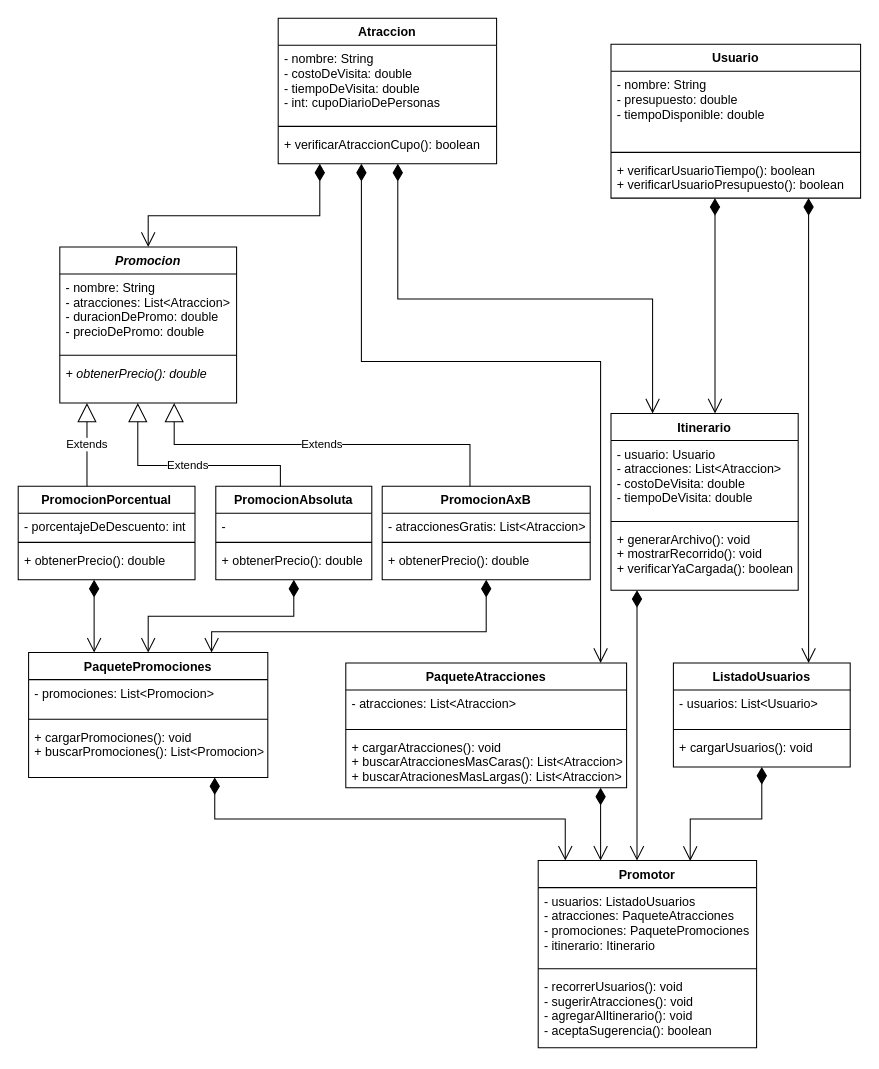
Before: UML/TierraMedia.drawio in telejam/Turismo-en-la-Tierra-Media-1, a draw.io diagram. Source tidied: cells renumbered, new cells numbered last; positions are measured from the earlier drawing's top-left corner, leaving out a move shared by most shapes. Both pictures are drawn from the tidied source at 104%, with x=0, y=0 at pixel (18, 18).
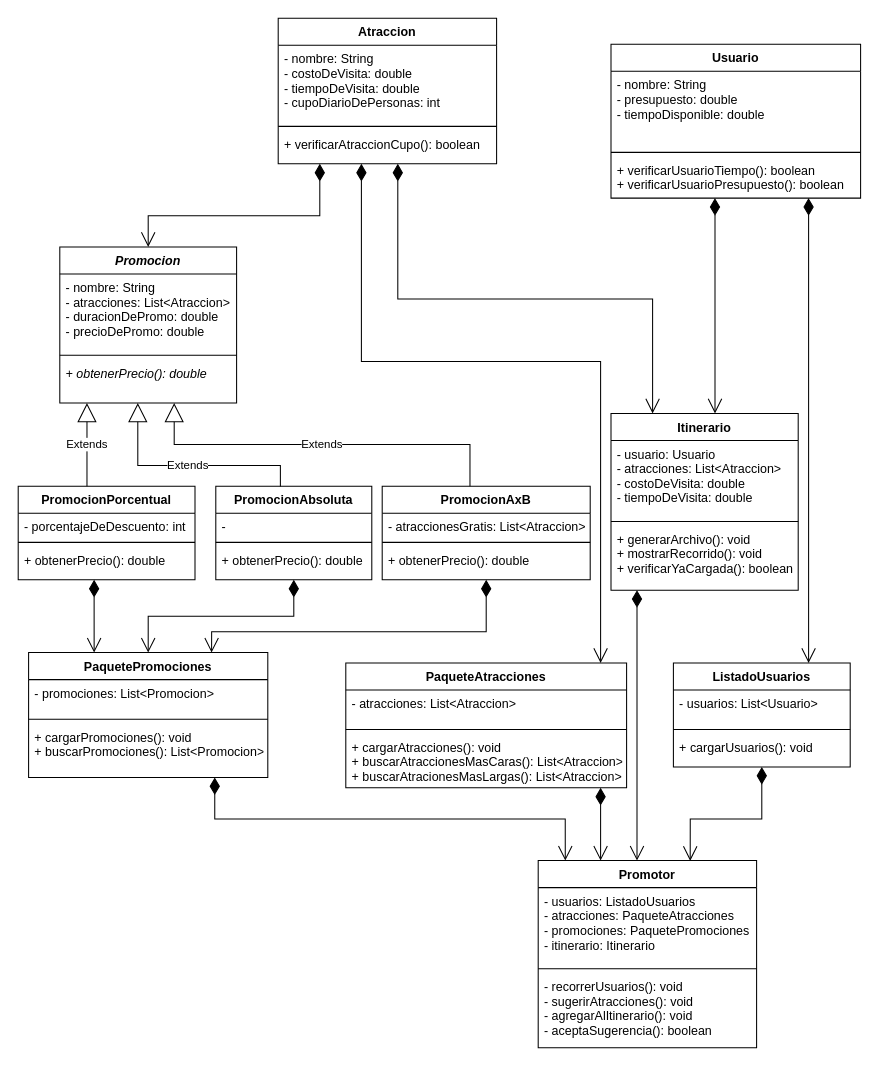
The same diagram, later.

Unchanged cells that the change refers to:
```xml
<mxCell id="2" value="Atraccion" style="swimlane;fontStyle=1;align=center;verticalAlign=top;horizontal=1;startSize=26;" parent="1" vertex="1">
  <mxGeometry x="250" width="210" height="140" as="geometry" />
</mxCell>
```

The edit, as a diff of the source:
```diff
@@
-    <mxCell id="3" value="- nombre: String&#10;- costoDeVisita: double&#10;- tiempoDeVisita: double&#10;- int: cupoDiarioDePersonas" style="text;strokeColor=none;fillColor=none;align=left;verticalAlign=top;spacingLeft=4;spacingRight=4;overflow=hidden;" parent="2" vertex="1">
+    <mxCell id="3" value="- nombre: String&#10;- costoDeVisita: double&#10;- tiempoDeVisita: double&#10;- cupoDiarioDePersonas: int" style="text;strokeColor=none;fillColor=none;align=left;verticalAlign=top;spacingLeft=4;spacingRight=4;overflow=hidden;" parent="2" vertex="1">
       <mxGeometry y="26" width="210" height="74" as="geometry" />
     </mxCell>
```
